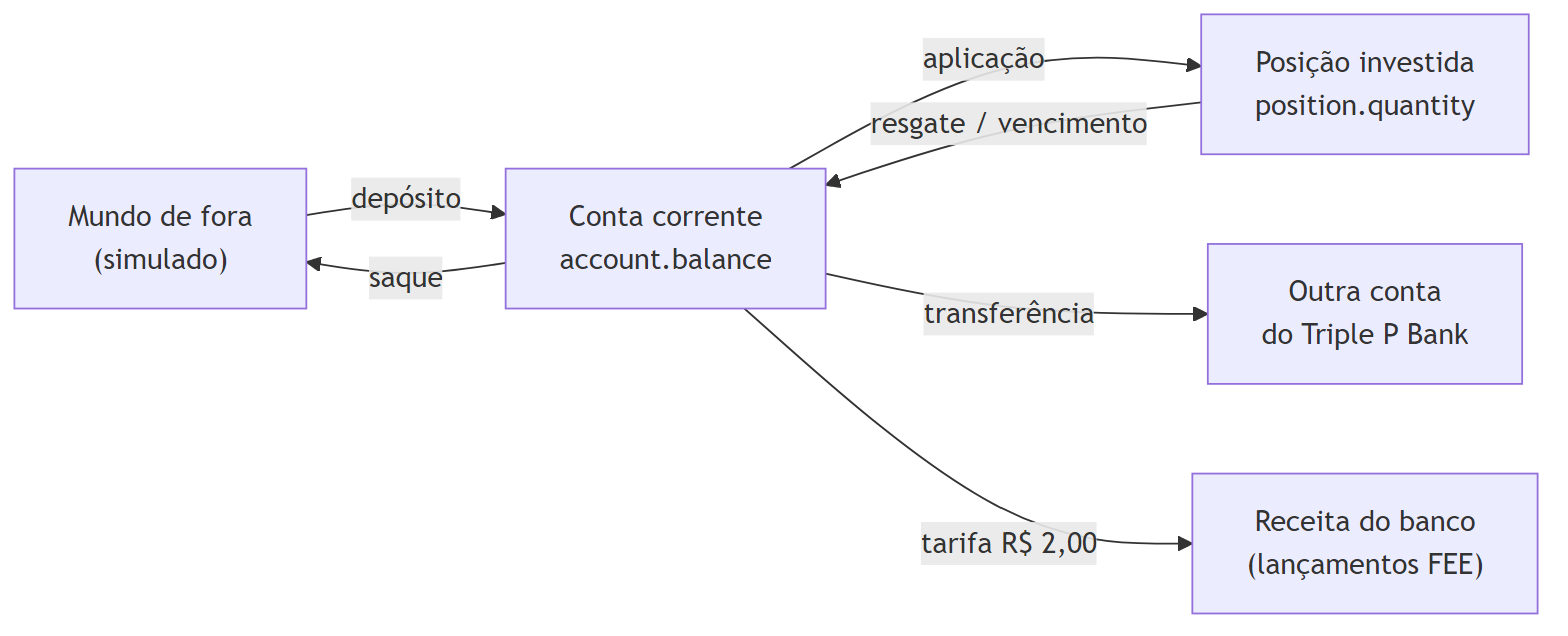
Before: docs/diagramas/caminho-do-dinheiro.png, a diagram exported from Mermaid (heluylucas/bootcamp-qi-tech-presidas-). Its source is kept beside it as docs/diagramas/caminho-do-dinheiro.mmd.
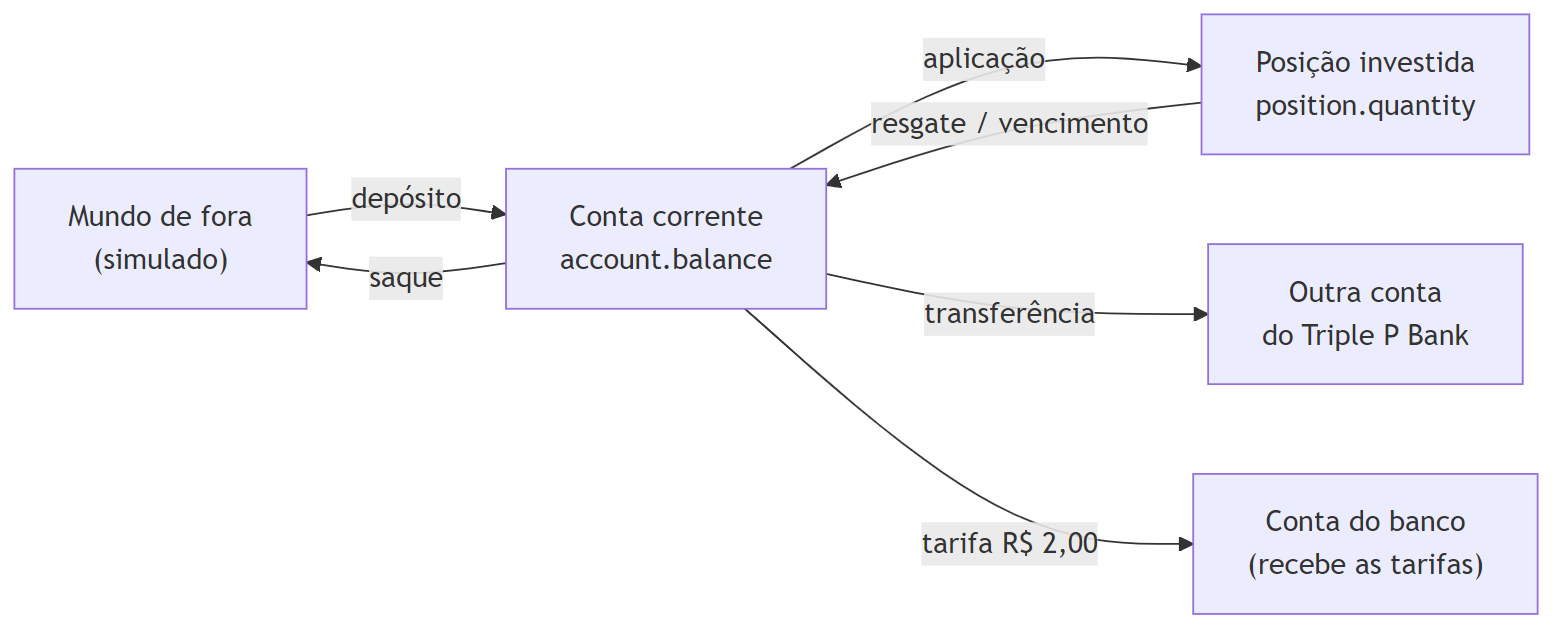
The same diagram one commit later.

The edit, as a diff of the source:
```diff
@@ -3,7 +3,7 @@
     cc["Conta corrente<br/>account.balance"]
     inv["Posição investida<br/>position.quantity"]
     outra["Outra conta<br/>do Triple P Bank"]
-    banco["Receita do banco<br/>(lançamentos FEE)"]
+    banco["Conta do banco<br/>(recebe as tarifas)"]
 
     fora -- depósito --> cc
     cc -- saque --> fora
```
